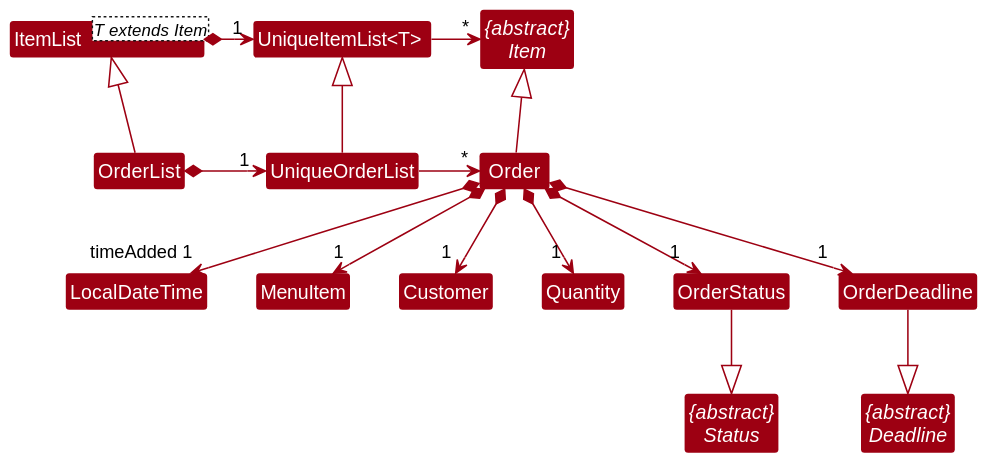
Above: docs/images/OrderClassDiagram.svg in nus-cs2103-AY2223S2/tp (PlantUML), before the change. Source of this version:
```plantuml
@startuml
!include style.puml
skinparam arrowThickness 1.1
skinparam arrowColor MODEL_COLOR
skinparam classBackgroundColor MODEL_COLOR
skinparam groupInheritance 1

top to bottom direction

Abstract Class "{abstract}\nItem" as Item
Abstract Class "{abstract}\nDeadline" as Deadline
Abstract Class "{abstract}\nStatus" as Status
Class "UniqueItemList<T> " as UniqueItemList
Class ItemList<T extends Item>

Class LocalDateTime
Class Order
Class MenuItem
Class Customer
Class Quantity
Class OrderStatus
Class OrderDeadline
Class OrderList extends ItemList
Class UniqueOrderList extends UniqueItemList
Class ItemList<T extends Item>


ItemList *--r> "1" UniqueItemList
UniqueItemList -r>"*" Item

OrderList *--r> "1 " UniqueOrderList
UniqueOrderList ->"*" Order
Order *--> "1" MenuItem
Order *--> "1" OrderDeadline
Order *--> "1 " OrderStatus
Order *--> "1 " Customer
Order *--> "1 " Quantity
Order *--> "timeAdded 1" LocalDateTime
Order -u|> Item

OrderDeadline --|> Deadline
OrderStatus --|> Status

@enduml
```
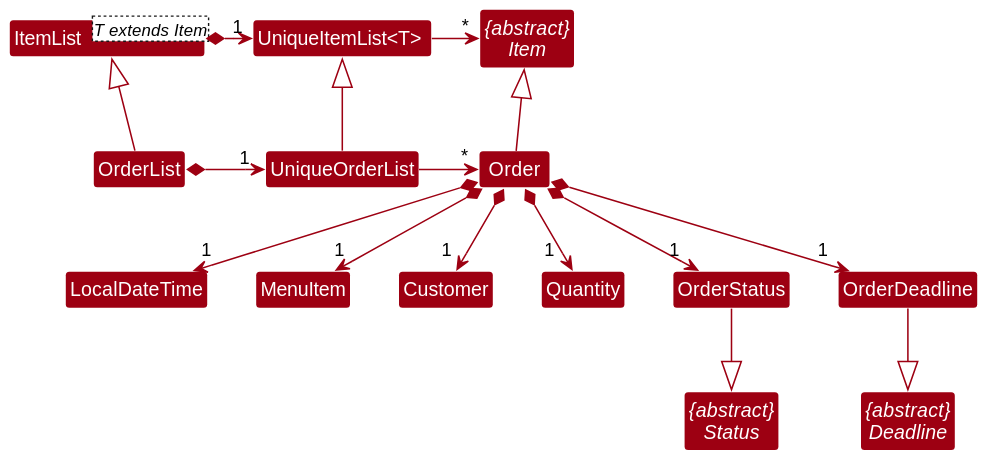
After the change.

Change to the diagram source:
```diff
@@ -34,11 +34,10 @@
 Order *--> "1" OrderDeadline
 Order *--> "1 " OrderStatus
 Order *--> "1 " Customer
-Order *--> "1 " Quantity
-Order *--> "timeAdded 1" LocalDateTime
+Order *--> "1  " Quantity
+Order *--> "1" LocalDateTime
 Order -u|> Item
 
 OrderDeadline --|> Deadline
 OrderStatus --|> Status
-
 @enduml
```
